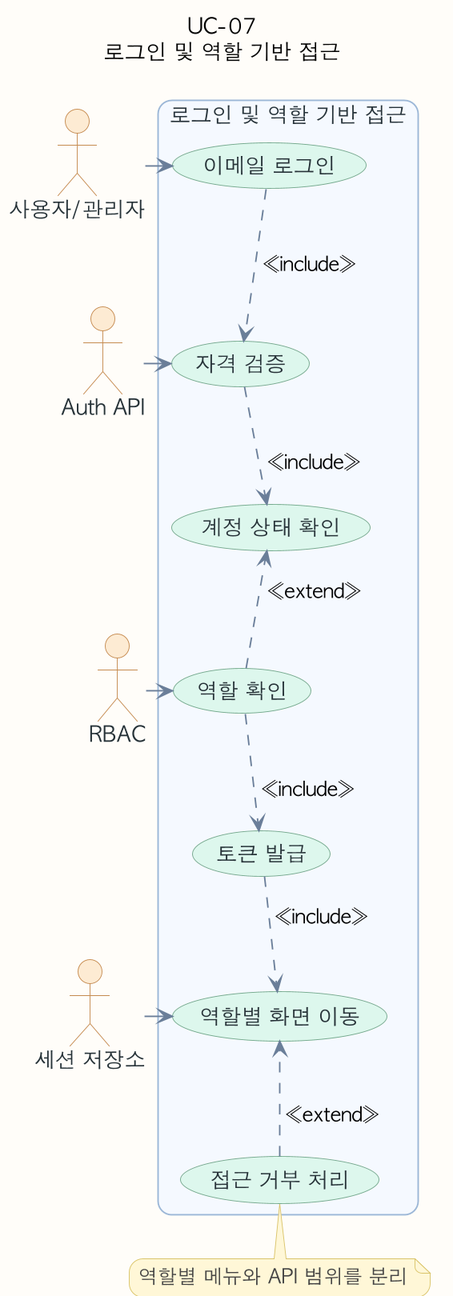
ricky30825-creator/BMS keeps this PlantUML diagram as assets/diagrams/usecase/uc-07-usecase.png. Above is the earlier version. Its source is kept beside it as assets/diagrams/usecase/uc-07-usecase.puml.
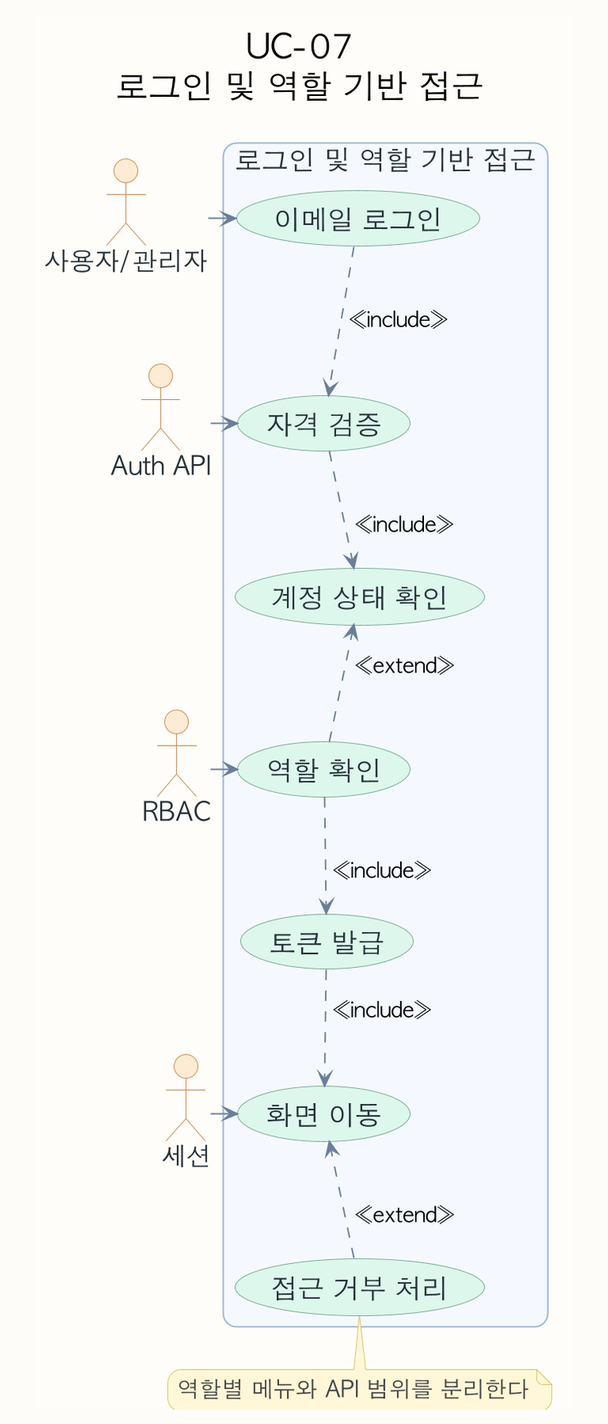
After the commit.

Change to the diagram source:
```diff
@@ -4,6 +4,12 @@
 skinparam shadowing false
 skinparam dpi 180
 skinparam defaultFontName "AppleGothic"
+skinparam defaultFontSize 18
+skinparam TitleFontSize 22
+skinparam ActorFontSize 17
+skinparam UsecaseFontSize 18
+skinparam NoteFontSize 15
+skinparam ArrowFontSize 14
 skinparam roundcorner 18
 skinparam usecase {
   BackgroundColor #F8FAFC
@@ -35,14 +41,14 @@
 actor "사용자/관리자" as A
 actor "Auth API" as S1
 actor "RBAC" as S2
-actor "세션 저장소" as S3
+actor "세션" as S3
 rectangle "로그인 및 역할 기반 접근" {
   usecase "이메일 로그인" as U1
   usecase "자격 검증" as U2
   usecase "계정 상태 확인" as U3
   usecase "역할 확인" as U4
   usecase "토큰 발급" as U5
-  usecase "역할별 화면 이동" as U6
+  usecase "화면 이동" as U6
   usecase "접근 거부 처리" as U7
 }
 U1 -[hidden]down- U2
@@ -62,6 +68,6 @@
 U5 ..> U6 : <<include>>
 U7 ..> U6 : <<extend>>
 note bottom of U7
-역할별 메뉴와 API 범위를 분리
+역할별 메뉴와 API 범위를 분리한다
 end note
 @enduml
```
